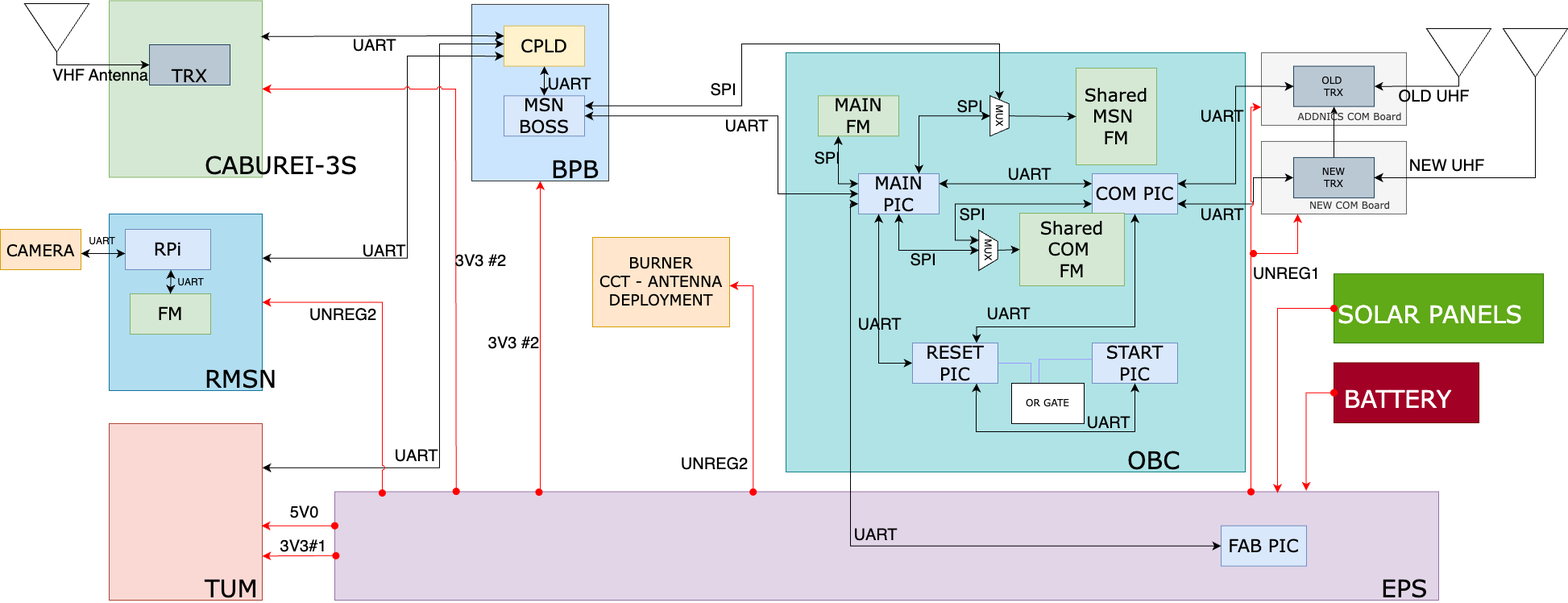
Earlier version of the draw.io export Diagrams/BIRDSRP_SYSTEM_BLOCK_DIAGRAM.png (BIRDSOpenSource/BIRDSRP-OBC). Source tidied: cells renumbered, new cells last; positions are measured from the earlier drawing's top-left corner, leaving out a move shared by most shapes.
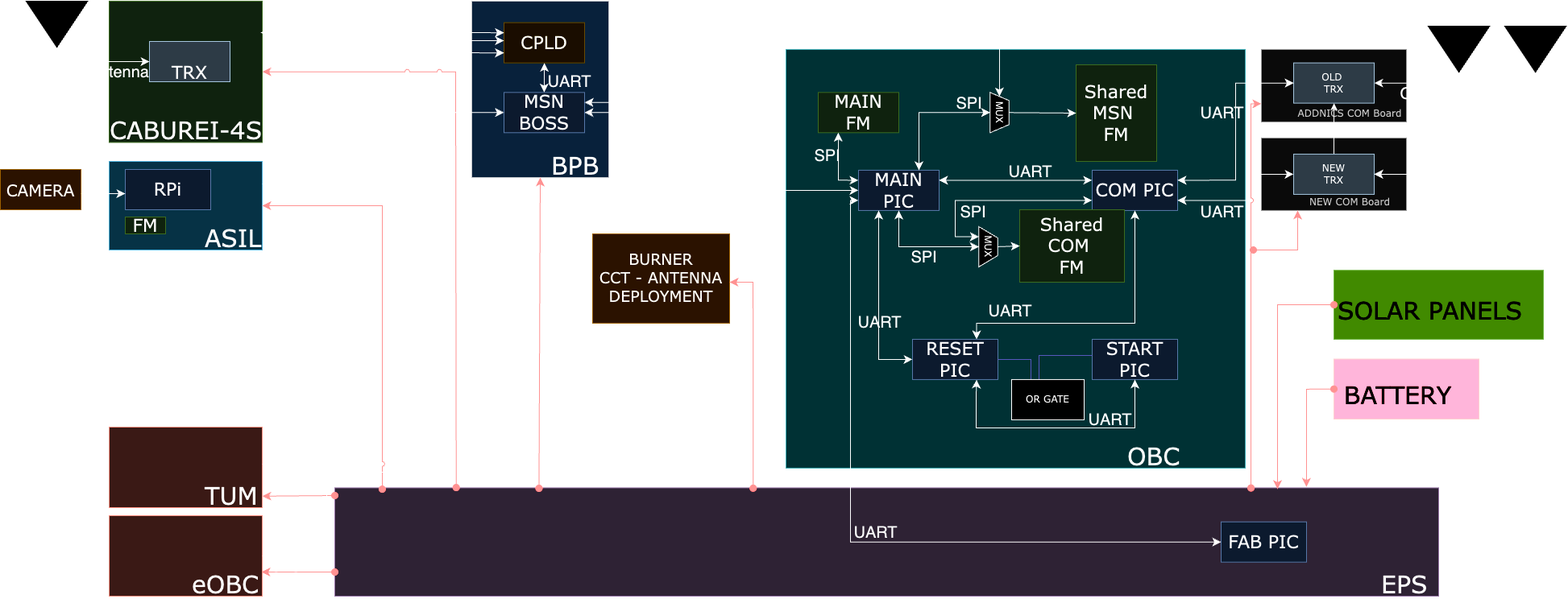
Later version of the same file.

The edit, as a diff of the source:
```diff
@@ -274,19 +274,20 @@
         <mxPoint x="-49" y="51" as="offset" />
       </mxGeometry>
     </mxCell>
-    <mxCell id="65" value="&lt;font style=&quot;font-size: 30px;&quot;&gt;CABUREI-3S&lt;/font&gt;" style="whiteSpace=wrap;html=1;rounded=0;shadow=0;comic=0;labelBackgroundColor=none;strokeWidth=1;fontFamily=Verdana;fontSize=12;align=left;labelPosition=right;verticalLabelPosition=bottom;verticalAlign=top;spacing=-50;spacingTop=12;spacingLeft=-21;fillColor=#d5e8d4;strokeColor=#82b366;" parent="1" vertex="1">
-      <mxGeometry x="135" y="6.4" width="190" height="219.1" as="geometry" />
+    <mxCell id="65" value="&lt;font style=&quot;font-size: 30px;&quot;&gt;CABUREI-4S&lt;/font&gt;" style="whiteSpace=wrap;html=1;rounded=0;shadow=0;comic=0;labelBackgroundColor=none;strokeWidth=1;fontFamily=Verdana;fontSize=12;align=left;labelPosition=right;verticalLabelPosition=bottom;verticalAlign=top;spacing=-50;spacingTop=12;spacingLeft=-139;fillColor=#d5e8d4;strokeColor=#82b366;" parent="1" vertex="1">
+      <mxGeometry x="135" y="10.9" width="190" height="175.5" as="geometry" />
     </mxCell>
-    <mxCell id="66" value="&lt;font style=&quot;font-size: 30px;&quot;&gt;RMSN&lt;/font&gt;&lt;span style=&quot;color: rgba(0, 0, 0, 0); font-family: monospace; font-size: 0px; text-wrap-mode: nowrap;&quot;&gt;%3CmxGraphModel%3E%3Croot%3E%3CmxCell%20id%3D%220%22%2F%3E%3CmxCell%20id%3D%221%22%20parent%3D%220%22%2F%3E%3CmxCell%20id%3D%222%22%20value%3D%22%26lt%3Bfont%20style%3D%26quot%3Bfont-size%3A%2030px%3B%26quot%3B%26gt%3BCABUREI%26lt%3B%2Ffont%26gt%3B%22%20style%3D%22whiteSpace%3Dwrap%3Bhtml%3D1%3Brounded%3D0%3Bshadow%3D0%3Bcomic%3D0%3BlabelBackgroundColor%3Dnone%3BstrokeWidth%3D1%3BfontFamily%3DVerdana%3BfontSize%3D12%3Balign%3Dleft%3BlabelPosition%3Dright%3BverticalLabelPosition%3Dbottom%3BverticalAlign%3Dtop%3Bspacing%3D-50%3BspacingTop%3D12%3BspacingLeft%3D-21%3B%22%20vertex%3D%221%22%20parent%3D%221%22%3E%3CmxGeometry%20x%3D%22-590%22%20y%3D%2236.389999999999986%22%20width%3D%22190%22%20height%3D%22219.07%22%20as%3D%22geometry%22%2F%3E%3C%2FmxCell%3E%3C%2Froot%3E%3C%2FmxGraphModel%3E&lt;/span&gt;" style="whiteSpace=wrap;html=1;rounded=0;shadow=0;comic=0;labelBackgroundColor=none;strokeWidth=1;fontFamily=Verdana;fontSize=12;align=left;labelPosition=right;verticalLabelPosition=bottom;verticalAlign=top;spacing=-50;spacingTop=12;spacingLeft=-21;fillColor=#b1ddf0;strokeColor=#10739e;" parent="1" vertex="1">
-      <mxGeometry x="135" y="270.9" width="190" height="219.1" as="geometry" />
+    <mxCell id="66" value="&lt;span style=&quot;font-size: 30px;&quot;&gt;ASIL&lt;/span&gt;" style="whiteSpace=wrap;html=1;rounded=0;shadow=0;comic=0;labelBackgroundColor=none;strokeWidth=1;fontFamily=Verdana;fontSize=12;align=left;labelPosition=right;verticalLabelPosition=bottom;verticalAlign=top;spacing=-50;spacingTop=12;spacingLeft=-21;fillColor=#b1ddf0;strokeColor=#10739e;" parent="1" vertex="1">
+      <mxGeometry x="135" y="210" width="190" height="110" as="geometry" />
     </mxCell>
     <mxCell id="67" value="&lt;span style=&quot;font-size: 30px;&quot;&gt;TUM&lt;/span&gt;" style="whiteSpace=wrap;html=1;rounded=0;shadow=0;comic=0;labelBackgroundColor=none;strokeWidth=1;fontFamily=Verdana;fontSize=12;align=left;labelPosition=right;verticalLabelPosition=bottom;verticalAlign=top;spacing=-50;spacingTop=12;spacingLeft=-21;fillColor=#fad9d5;strokeColor=#ae4132;" parent="1" vertex="1">
-      <mxGeometry x="135" y="530.9" width="190" height="219.1" as="geometry" />
+      <mxGeometry x="135" y="540" width="190" height="100" as="geometry" />
     </mxCell>
-    <mxCell id="68" style="endArrow=classic;html=1;rounded=0;fontSize=12;startSize=8;endSize=8;exitX=0;exitY=0.25;exitDx=0;exitDy=0;entryX=0.991;entryY=0.203;entryDx=0;entryDy=0;startArrow=classic;startFill=1;edgeStyle=orthogonalEdgeStyle;entryPerimeter=0;" parent="1" edge="1" source="50" target="65">
+    <mxCell id="68" style="endArrow=classic;html=1;rounded=0;fontSize=12;startSize=8;endSize=8;exitX=0;exitY=0.25;exitDx=0;exitDy=0;startArrow=classic;startFill=1;edgeStyle=orthogonalEdgeStyle;" parent="1" edge="1" source="50">
       <mxGeometry relative="1" as="geometry">
+        <mxPoint x="323" y="50" as="targetPoint" />
         <Array as="points">
-          <mxPoint x="535" y="50" />
+          <mxPoint x="323" y="50" />
         </Array>
       </mxGeometry>
     </mxCell>
@@ -295,30 +296,32 @@
         <mxPoint x="20" y="11" as="offset" />
       </mxGeometry>
     </mxCell>
-    <mxCell id="70" style="endArrow=classic;html=1;rounded=0;fontSize=12;startSize=8;endSize=8;entryX=1;entryY=0.25;entryDx=0;entryDy=0;startArrow=classic;startFill=1;edgeStyle=orthogonalEdgeStyle;" parent="1" edge="1" source="50" target="67">
+    <mxCell id="70" style="endArrow=classic;html=1;rounded=0;fontSize=12;startSize=8;endSize=8;entryX=1;entryY=0.455;entryDx=0;entryDy=0;startArrow=classic;startFill=1;edgeStyle=orthogonalEdgeStyle;entryPerimeter=0;" parent="1" edge="1" source="50" target="67">
       <mxGeometry relative="1" as="geometry">
         <Array as="points">
           <mxPoint x="545" y="60" />
           <mxPoint x="545" y="586" />
+          <mxPoint x="325" y="586" />
         </Array>
       </mxGeometry>
     </mxCell>
     <mxCell id="71" value="UART" style="edgeLabel;html=1;align=center;verticalAlign=middle;fontSize=20;labelBackgroundColor=none;" parent="70" vertex="1">
       <mxGeometry x="0.21" relative="1" as="geometry">
-        <mxPoint x="-30" y="91" as="offset" />
+        <mxPoint x="-170" y="91" as="offset" />
       </mxGeometry>
     </mxCell>
     <mxCell id="72" style="endArrow=classic;html=1;rounded=0;fontSize=12;startSize=8;endSize=8;exitX=0;exitY=0.75;exitDx=0;exitDy=0;entryX=1;entryY=0.25;entryDx=0;entryDy=0;startArrow=classic;startFill=1;edgeStyle=orthogonalEdgeStyle;" parent="1" edge="1" source="50" target="66">
       <mxGeometry relative="1" as="geometry">
         <Array as="points">
           <mxPoint x="505" y="75" />
-          <mxPoint x="505" y="326" />
+          <mxPoint x="505" y="238" />
+          <mxPoint x="325" y="238" />
         </Array>
       </mxGeometry>
     </mxCell>
     <mxCell id="73" value="UART" style="edgeLabel;html=1;align=center;verticalAlign=middle;fontSize=20;labelBackgroundColor=none;" parent="72" vertex="1">
       <mxGeometry x="0.21" relative="1" as="geometry">
-        <mxPoint x="-30" y="28" as="offset" />
+        <mxPoint x="-30" y="-9" as="offset" />
       </mxGeometry>
     </mxCell>
     <mxCell id="74" style="triangle;whiteSpace=wrap;html=1;rotation=90;" parent="1" vertex="1">
@@ -339,68 +342,63 @@
       <mxGeometry x="1515" y="657.7" width="106" height="50" as="geometry" />
     </mxCell>
     <mxCell id="79" value="RPi" style="shape=rect;dashed=0;shadow=0;html=1;whiteSpace=wrap;rounded=0;comic=0;labelBackgroundColor=none;strokeWidth=1;fontFamily=Verdana;fontSize=22;align=center;fillColor=#dae8fc;strokeColor=#6c8ebf;" parent="1" vertex="1">
-      <mxGeometry x="155" y="290" width="106" height="50" as="geometry" />
+      <mxGeometry x="155" y="220" width="106" height="50" as="geometry" />
     </mxCell>
     <mxCell id="80" value="&lt;font style=&quot;font-size: 20px;&quot;&gt;CAMERA&lt;/font&gt;" style="shape=rect;dashed=0;shadow=0;html=1;whiteSpace=wrap;rotation=0;rounded=0;comic=0;labelBackgroundColor=none;strokeWidth=1;fontFamily=Verdana;fontSize=12;align=center;fillColor=#ffe6cc;strokeColor=#d79b00;" parent="1" vertex="1">
-      <mxGeometry y="290" width="100" height="50" as="geometry" />
+      <mxGeometry y="220" width="100" height="50" as="geometry" />
     </mxCell>
     <mxCell id="81" style="endArrow=classic;html=1;rounded=0;fontSize=12;startSize=8;endSize=8;startArrow=classic;startFill=1;edgeStyle=orthogonalEdgeStyle;" parent="1" edge="1">
       <mxGeometry relative="1" as="geometry">
-        <mxPoint x="155" y="320" as="sourcePoint" />
-        <mxPoint x="100" y="320" as="targetPoint" />
+        <mxPoint x="155" y="250" as="sourcePoint" />
+        <mxPoint x="100" y="250" as="targetPoint" />
         <Array as="points">
-          <mxPoint x="155" y="320" />
-          <mxPoint x="100" y="320" />
+          <mxPoint x="155" y="250" />
+          <mxPoint x="100" y="250" />
         </Array>
       </mxGeometry>
     </mxCell>
-    <mxCell id="82" value="UART" style="edgeLabel;html=1;align=center;verticalAlign=middle;fontSize=12;labelBackgroundColor=none;" parent="81" vertex="1">
-      <mxGeometry x="0.21" relative="1" as="geometry">
-        <mxPoint x="3" y="-16" as="offset" />
-      </mxGeometry>
-    </mxCell>
     <mxCell id="83" value="&lt;span style=&quot;font-size: 30px;&quot;&gt;SOLAR PANELS&lt;/span&gt;" style="whiteSpace=wrap;html=1;rounded=0;shadow=0;comic=0;labelBackgroundColor=none;strokeWidth=1;fontFamily=Verdana;fontSize=12;align=center;labelPosition=center;verticalLabelPosition=middle;verticalAlign=middle;spacing=-50;spacingTop=12;spacingLeft=-21;fillColor=#60a917;fontColor=#ffffff;strokeColor=#2D7600;" parent="1" vertex="1">
       <mxGeometry x="1655" y="345.2" width="260" height="85.8" as="geometry" />
     </mxCell>
     <mxCell id="84" value="&lt;span style=&quot;font-size: 30px;&quot;&gt;BATTERY&lt;/span&gt;" style="whiteSpace=wrap;html=1;rounded=0;shadow=0;comic=0;labelBackgroundColor=none;strokeWidth=1;fontFamily=Verdana;fontSize=12;align=center;labelPosition=center;verticalLabelPosition=middle;verticalAlign=middle;spacing=-50;spacingTop=12;spacingLeft=-21;fillColor=#a20025;fontColor=#ffffff;strokeColor=#6F0000;" parent="1" vertex="1">
       <mxGeometry x="1655" y="455.5" width="180" height="74.5" as="geometry" />
     </mxCell>
-    <mxCell id="85" style="endArrow=classic;html=1;rounded=0;fontSize=12;startSize=8;endSize=8;strokeColor=#FF0000;edgeStyle=orthogonalEdgeStyle;entryX=1;entryY=0.75;entryDx=0;entryDy=0;startArrow=oval;startFill=1;jumpStyle=arc;jumpSize=6;exitX=0.001;exitY=0.59;exitDx=0;exitDy=0;exitPerimeter=0;" parent="1" edge="1" source="2" target="67">
+    <mxCell id="85" style="endArrow=classic;html=1;rounded=0;fontSize=12;startSize=8;endSize=8;strokeColor=#FF0000;edgeStyle=orthogonalEdgeStyle;entryX=1;entryY=0.858;entryDx=0;entryDy=0;startArrow=oval;startFill=1;jumpStyle=arc;jumpSize=6;exitX=0;exitY=0.071;exitDx=0;exitDy=0;exitPerimeter=0;entryPerimeter=0;" parent="1" edge="1" source="2" target="67">
       <mxGeometry relative="1" as="geometry">
         <Array as="points">
-          <mxPoint x="415" y="695" />
+          <mxPoint x="325" y="625" />
         </Array>
       </mxGeometry>
     </mxCell>
-    <mxCell id="86" value="&lt;span style=&quot;font-size: 20px;&quot;&gt;3V3#1&lt;/span&gt;" style="edgeLabel;html=1;align=center;verticalAlign=middle;labelBackgroundColor=none;fontSize=20;" parent="85" vertex="1">
+    <mxCell id="86" value="&lt;span style=&quot;font-size: 20px;&quot;&gt;5V0&lt;/span&gt;" style="edgeLabel;html=1;align=center;verticalAlign=middle;labelBackgroundColor=none;fontSize=20;" parent="85" vertex="1">
       <mxGeometry x="-0.1" y="-2" relative="1" as="geometry">
-        <mxPoint y="-10" as="offset" />
+        <mxPoint x="-11" y="-8" as="offset" />
       </mxGeometry>
     </mxCell>
     <mxCell id="87" style="endArrow=classic;html=1;rounded=0;fontSize=12;startSize=8;endSize=8;strokeColor=#FF0000;edgeStyle=orthogonalEdgeStyle;entryX=1;entryY=0.75;entryDx=0;entryDy=0;startArrow=oval;startFill=1;jumpStyle=arc;jumpSize=6;exitX=0.001;exitY=0.59;exitDx=0;exitDy=0;exitPerimeter=0;" parent="1" edge="1">
       <mxGeometry relative="1" as="geometry">
-        <mxPoint x="415" y="657.7" as="sourcePoint" />
-        <mxPoint x="324" y="657.7" as="targetPoint" />
+        <mxPoint x="415" y="720" as="sourcePoint" />
+        <mxPoint x="324" y="720" as="targetPoint" />
         <Array as="points">
-          <mxPoint x="414" y="657.7" />
+          <mxPoint x="414" y="720" />
         </Array>
       </mxGeometry>
     </mxCell>
-    <mxCell id="88" value="&lt;span style=&quot;font-size: 20px;&quot;&gt;5V0&lt;/span&gt;" style="edgeLabel;html=1;align=center;verticalAlign=middle;labelBackgroundColor=none;fontSize=20;" parent="87" vertex="1">
+    <mxCell id="88" value="&lt;span style=&quot;font-size: 20px;&quot;&gt;3V3#2&lt;/span&gt;" style="edgeLabel;html=1;align=center;verticalAlign=middle;labelBackgroundColor=none;fontSize=20;" parent="87" vertex="1">
       <mxGeometry x="-0.17" y="-1" relative="1" as="geometry">
-        <mxPoint y="-16" as="offset" />
+        <mxPoint x="-12" y="-7" as="offset" />
       </mxGeometry>
     </mxCell>
     <mxCell id="89" style="endArrow=classic;html=1;rounded=0;fontSize=12;startSize=8;endSize=8;strokeColor=#FF0000;edgeStyle=orthogonalEdgeStyle;entryX=1;entryY=0.5;entryDx=0;entryDy=0;startArrow=oval;startFill=1;jumpStyle=arc;jumpSize=6;exitX=0.043;exitY=0.012;exitDx=0;exitDy=0;exitPerimeter=0;" parent="1" edge="1" source="2" target="66">
       <mxGeometry relative="1" as="geometry">
         <Array as="points">
-          <mxPoint x="474" y="380" />
+          <mxPoint x="474" y="265" />
         </Array>
       </mxGeometry>
     </mxCell>
     <mxCell id="90" value="&lt;span style=&quot;font-size: 20px;&quot;&gt;UNREG2&lt;/span&gt;" style="edgeLabel;html=1;align=center;verticalAlign=middle;labelBackgroundColor=none;fontSize=20;" parent="89" vertex="1">
       <mxGeometry x="-0.1" y="-2" relative="1" as="geometry">
-        <mxPoint x="-51" y="-48" as="offset" />
+        <mxPoint x="-51" y="-112" as="offset" />
       </mxGeometry>
     </mxCell>
     <mxCell id="91" style="endArrow=classic;html=1;rounded=0;fontSize=12;startSize=8;endSize=8;strokeColor=#FF0000;edgeStyle=orthogonalEdgeStyle;entryX=1;entryY=0.5;entryDx=0;entryDy=0;startArrow=oval;startFill=1;jumpStyle=arc;jumpSize=6;exitX=0.11;exitY=-0.003;exitDx=0;exitDy=0;exitPerimeter=0;" parent="1" edge="1" source="2" target="65">
@@ -413,7 +411,7 @@
     </mxCell>
     <mxCell id="92" value="&lt;span style=&quot;font-size: 20px;&quot;&gt;3V3 #2&lt;/span&gt;" style="edgeLabel;html=1;align=center;verticalAlign=middle;labelBackgroundColor=none;fontSize=20;" parent="91" vertex="1">
       <mxGeometry x="-0.1" y="-2" relative="1" as="geometry">
-        <mxPoint x="28" y="46" as="offset" />
+        <mxPoint x="-182" y="-162" as="offset" />
       </mxGeometry>
     </mxCell>
     <mxCell id="93" style="endArrow=classic;html=1;rounded=0;fontSize=12;startSize=8;endSize=8;strokeColor=#FF0000;edgeStyle=orthogonalEdgeStyle;entryX=0.5;entryY=1;entryDx=0;entryDy=0;startArrow=oval;startFill=1;jumpStyle=arc;jumpSize=6;exitX=0.185;exitY=0.004;exitDx=0;exitDy=0;exitPerimeter=0;" parent="1" edge="1" source="2" target="3">
@@ -464,21 +462,26 @@
         </Array>
       </mxGeometry>
     </mxCell>
+    <mxCell id="103" value="&lt;span style=&quot;font-size: 30px;&quot;&gt;eOBC&lt;/span&gt;" style="whiteSpace=wrap;html=1;rounded=0;shadow=0;comic=0;labelBackgroundColor=none;strokeWidth=1;fontFamily=Verdana;fontSize=12;align=left;labelPosition=right;verticalLabelPosition=bottom;verticalAlign=top;spacing=-50;spacingTop=12;spacingLeft=-37;fillColor=#fad9d5;strokeColor=#ae4132;" parent="1" vertex="1">
+      <mxGeometry x="135" y="650" width="190" height="100" as="geometry" />
+    </mxCell>
+    <mxCell id="104" style="endArrow=classic;html=1;rounded=0;fontSize=12;startSize=8;endSize=8;startArrow=classic;startFill=1;edgeStyle=orthogonalEdgeStyle;exitX=0;exitY=0.5;exitDx=0;exitDy=0;entryX=1;entryY=0.5;entryDx=0;entryDy=0;" parent="1" edge="1" source="43" target="103">
+      <mxGeometry relative="1" as="geometry">
+        <Array as="points">
+          <mxPoint x="555" y="149" />
+          <mxPoint x="555" y="596" />
+          <mxPoint x="405" y="596" />
+          <mxPoint x="405" y="700" />
+        </Array>
+      </mxGeometry>
+    </mxCell>
+    <mxCell id="105" value="UART" style="edgeLabel;html=1;align=center;verticalAlign=middle;fontSize=20;labelBackgroundColor=none;" parent="104" vertex="1">
+      <mxGeometry x="0.21" relative="1" as="geometry">
+        <mxPoint x="-190" y="97" as="offset" />
+      </mxGeometry>
+    </mxCell>
     <mxCell id="100" value="FM" style="shape=rect;dashed=0;shadow=0;html=1;whiteSpace=wrap;rotation=0;rounded=0;comic=0;labelBackgroundColor=none;strokeWidth=1;fontFamily=Verdana;fontSize=22;align=center;fillColor=#d5e8d4;strokeColor=#82b366;" parent="1" vertex="1">
-      <mxGeometry x="161" y="370" width="100" height="50" as="geometry" />
+      <mxGeometry x="155" y="279.1" width="50" height="20.9" as="geometry" />
     </mxCell>
-    <mxCell id="101" style="endArrow=classic;html=1;rounded=0;fontSize=12;startSize=8;endSize=8;startArrow=classic;startFill=1;edgeStyle=orthogonalEdgeStyle;exitX=0.534;exitY=1.006;exitDx=0;exitDy=0;entryX=0.5;entryY=0;entryDx=0;entryDy=0;exitPerimeter=0;" parent="1" edge="1" source="79" target="100">
-      <mxGeometry relative="1" as="geometry">
-        <Array as="points">
-          <mxPoint x="212" y="350" />
-          <mxPoint x="211" y="350" />
-        </Array>
-      </mxGeometry>
-    </mxCell>
-    <mxCell id="102" value="UART" style="edgeLabel;html=1;align=center;verticalAlign=middle;fontSize=12;labelBackgroundColor=none;" parent="101" vertex="1">
-      <mxGeometry x="0.21" relative="1" as="geometry">
-        <mxPoint x="24" y="-3" as="offset" />
-      </mxGeometry>
-    </mxCell>
   </root>
 </mxGraphModel>
```
